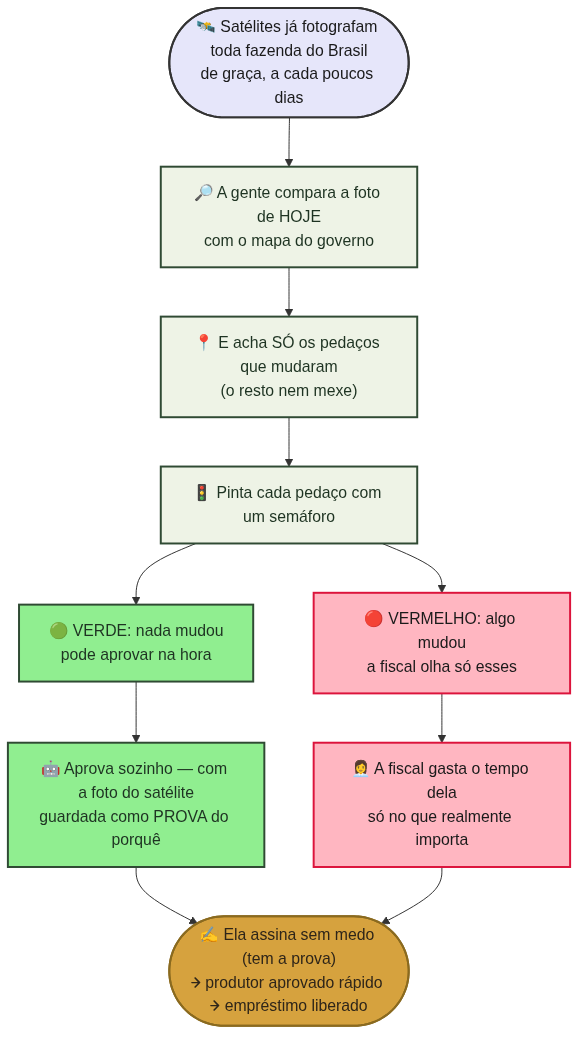
This is public/diagrams/simples_02_ideia.png from n0tjohnny/ruralistas-solucao, a Mermaid export, as it was before one commit. Its source is kept beside it as diagrams/simples_02_ideia.mmd.
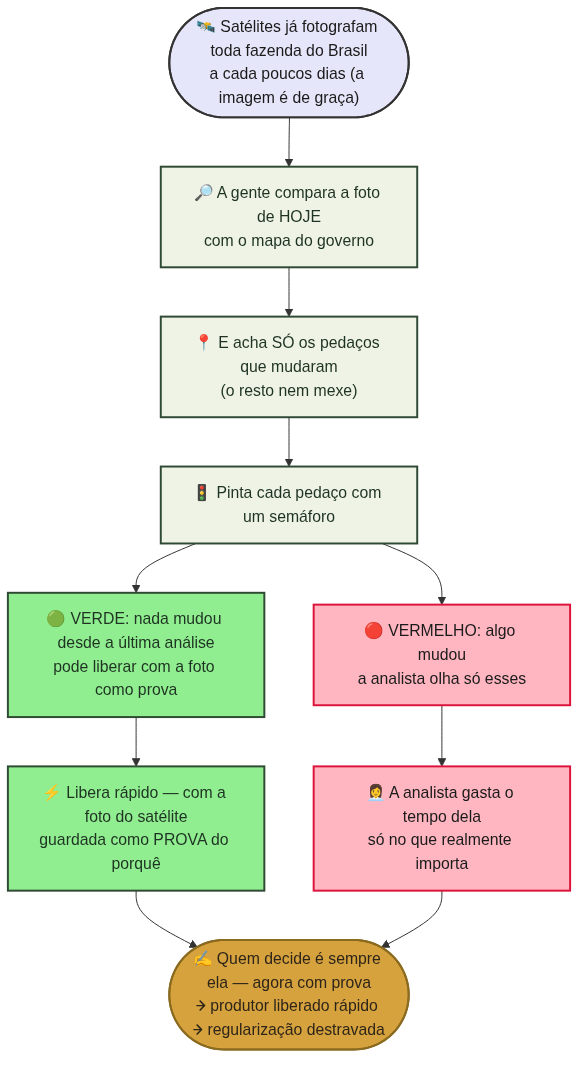
Later version of the same file.

Diff of the diagram source:
```diff
@@ -1,12 +1,12 @@
 flowchart TD
-    A(["🛰️ Satélites já fotografam toda fazenda do Brasil<br/>de graça, a cada poucos dias"]) --> B["🔎 A gente compara a foto de HOJE<br/>com o mapa do governo"]
+    A(["🛰️ Satélites já fotografam toda fazenda do Brasil<br/>a cada poucos dias (a imagem é de graça)"]) --> B["🔎 A gente compara a foto de HOJE<br/>com o mapa do governo"]
     B --> C["📍 E acha SÓ os pedaços que mudaram<br/>(o resto nem mexe)"]
     C --> D["🚦 Pinta cada pedaço com um semáforo"]
-    D --> E["🟢 VERDE: nada mudou<br/>pode aprovar na hora"]
-    D --> F["🔴 VERMELHO: algo mudou<br/>a fiscal olha só esses"]
-    E --> G["🤖 Aprova sozinho — com a foto do satélite<br/>guardada como PROVA do porquê"]
-    F --> H["👩‍💼 A fiscal gasta o tempo dela<br/>só no que realmente importa"]
-    G --> I(["✍️ Ela assina sem medo (tem a prova)<br/>➜ produtor aprovado rápido ➜ empréstimo liberado"])
+    D --> E["🟢 VERDE: nada mudou desde a última análise<br/>pode liberar com a foto como prova"]
+    D --> F["🔴 VERMELHO: algo mudou<br/>a analista olha só esses"]
+    E --> G["⚡ Libera rápido — com a foto do satélite<br/>guardada como PROVA do porquê"]
+    F --> H["👩‍💼 A analista gasta o tempo dela<br/>só no que realmente importa"]
+    G --> I(["✍️ Quem decide é sempre ela — agora com prova<br/>➜ produtor liberado rápido ➜ regularização destravada"])
     H --> I
 
     classDef start fill:#E6E6FA,stroke:#333,stroke-width:2px,color:#1a1a1a
```
